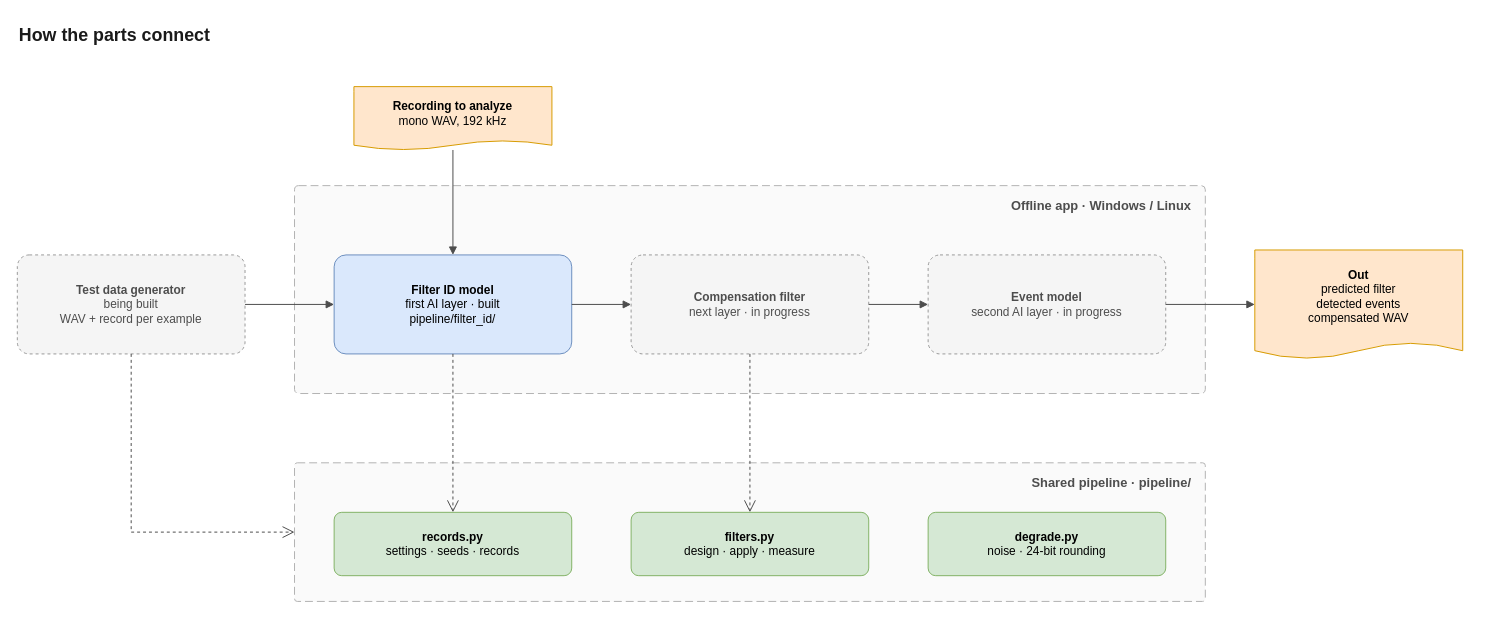
The draw.io diagram page "2 · How the parts connect" (2 of 5) of docs/code-map/filter-id-code-map.drawio in Dialovos/fpga-audio-source-classifier, before the edit. Source tidied: cells renumbered, new cells numbered last; positions are measured from the earlier drawing's top-left corner, leaving out a move shared by most shapes. Both pictures are drawn from the tidied source at 99%, with x=0, y=0 at pixel (17, 17).
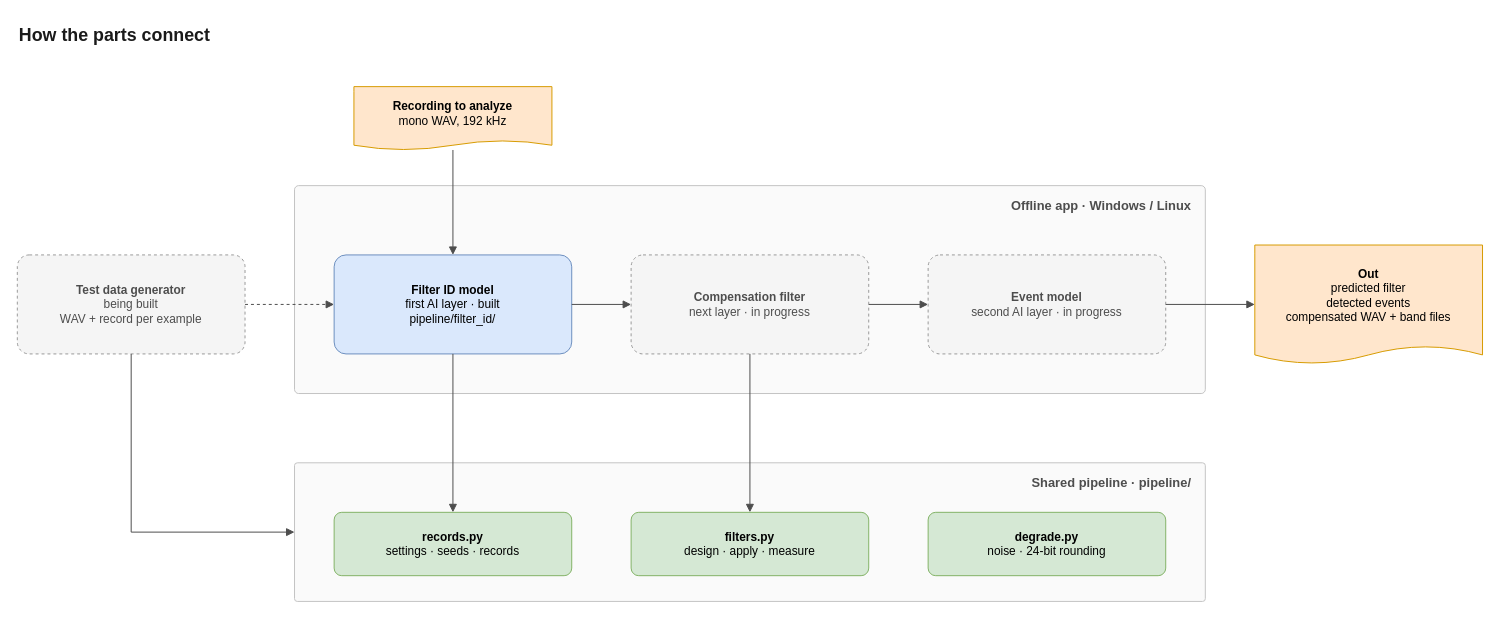
Above is the later version.

The change refers to these unchanged cells:
```xml
<mxCell id="5" value="&lt;b&gt;Recording to analyze&lt;/b&gt;&lt;br&gt;mono WAV, 192 kHz" style="shape=document;size=0.15;boundedLbl=1;whiteSpace=wrap;html=1;fontSize=12;fillColor=#ffe6cc;strokeColor=#d79b00;" parent="1" vertex="1">
  <mxGeometry x="340" y="70" width="200" height="64" as="geometry" />
</mxCell>
<mxCell id="6" value="&lt;b&gt;Test data generator&lt;/b&gt;&lt;br&gt;being built&lt;br&gt;WAV + record per example" style="rounded=1;arcSize=12;whiteSpace=wrap;html=1;fontSize=12;fillColor=#f5f5f5;strokeColor=#999999;dashed=1;fontColor=#4d4d4d;" parent="1" vertex="1">
  <mxGeometry y="240" width="230" height="100" as="geometry" />
</mxCell>
<mxCell id="7" value="&lt;b&gt;Filter ID model&lt;/b&gt;&lt;br&gt;first AI layer  ·  built&lt;br&gt;pipeline/filter_id/" style="rounded=1;arcSize=12;whiteSpace=wrap;html=1;fontSize=12;fillColor=#dae8fc;strokeColor=#6c8ebf;" parent="1" vertex="1">
  <mxGeometry x="320" y="240" width="240" height="100" as="geometry" />
</mxCell>
<mxCell id="8" value="&lt;b&gt;Compensation filter&lt;/b&gt;&lt;br&gt;next layer  ·  in progress" style="rounded=1;arcSize=12;whiteSpace=wrap;html=1;fontSize=12;fillColor=#f5f5f5;strokeColor=#999999;dashed=1;fontColor=#4d4d4d;" parent="1" vertex="1">
  <mxGeometry x="620" y="240" width="240" height="100" as="geometry" />
</mxCell>
<mxCell id="9" value="&lt;b&gt;Event model&lt;/b&gt;&lt;br&gt;second AI layer  ·  in progress" style="rounded=1;arcSize=12;whiteSpace=wrap;html=1;fontSize=12;fillColor=#f5f5f5;strokeColor=#999999;dashed=1;fontColor=#4d4d4d;" parent="1" vertex="1">
  <mxGeometry x="920" y="240" width="240" height="100" as="geometry" />
</mxCell>
<mxCell id="11" value="&lt;b&gt;records.py&lt;/b&gt;&lt;br&gt;settings · seeds · records" style="rounded=1;arcSize=12;whiteSpace=wrap;html=1;fontSize=12;fillColor=#d5e8d4;strokeColor=#82b366;" parent="1" vertex="1">
  <mxGeometry x="320" y="500" width="240" height="64" as="geometry" />
</mxCell>
<mxCell id="12" value="&lt;b&gt;filters.py&lt;/b&gt;&lt;br&gt;design · apply · measure" style="rounded=1;arcSize=12;whiteSpace=wrap;html=1;fontSize=12;fillColor=#d5e8d4;strokeColor=#82b366;" parent="1" vertex="1">
  <mxGeometry x="620" y="500" width="240" height="64" as="geometry" />
</mxCell>
```

The edit, as a diff of the source:
```diff
@@
-    <mxCell id="3" value="Offline app  ·  Windows / Linux" style="rounded=1;arcSize=2;whiteSpace=wrap;html=1;dashed=1;dashPattern=8 4;fillColor=#fafafa;strokeColor=#b3b3b3;verticalAlign=top;align=right;spacingRight=12;spacingTop=6;fontStyle=1;fontSize=13;fontColor=#4d4d4d;" parent="1" vertex="1">
+    <mxCell id="3" value="Offline app  ·  Windows / Linux" style="rounded=1;arcSize=2;whiteSpace=wrap;html=1;fillColor=#fafafa;strokeColor=#c4c4c4;verticalAlign=top;align=right;spacingRight=12;spacingTop=6;fontStyle=1;fontSize=13;fontColor=#4d4d4d;" parent="1" vertex="1">
       <mxGeometry x="280" y="170" width="920" height="210" as="geometry" />
     </mxCell>
-    <mxCell id="4" value="Shared pipeline  ·  pipeline/" style="rounded=1;arcSize=2;whiteSpace=wrap;html=1;dashed=1;dashPattern=8 4;fillColor=#fafafa;strokeColor=#b3b3b3;verticalAlign=top;align=right;spacingRight=12;spacingTop=6;fontStyle=1;fontSize=13;fontColor=#4d4d4d;" parent="1" vertex="1">
+    <mxCell id="4" value="Shared pipeline  ·  pipeline/" style="rounded=1;arcSize=2;whiteSpace=wrap;html=1;fillColor=#fafafa;strokeColor=#c4c4c4;verticalAlign=top;align=right;spacingRight=12;spacingTop=6;fontStyle=1;fontSize=13;fontColor=#4d4d4d;" parent="1" vertex="1">
       <mxGeometry x="280" y="450" width="920" height="140" as="geometry" />
     </mxCell>
@@
-    <mxCell id="10" value="&lt;b&gt;Out&lt;/b&gt;&lt;br&gt;predicted filter&lt;br&gt;detected events&lt;br&gt;compensated WAV" style="shape=document;size=0.15;boundedLbl=1;whiteSpace=wrap;html=1;fontSize=12;fillColor=#ffe6cc;strokeColor=#d79b00;" parent="1" vertex="1">
-      <mxGeometry x="1250" y="235" width="210" height="110" as="geometry" />
+    <mxCell id="10" value="&lt;b&gt;Out&lt;/b&gt;&lt;br&gt;predicted filter&lt;br&gt;detected events&lt;br&gt;compensated WAV + band files" style="shape=document;size=0.15;boundedLbl=1;whiteSpace=wrap;html=1;fontSize=12;fillColor=#ffe6cc;strokeColor=#d79b00;" parent="1" vertex="1">
+      <mxGeometry x="1250" y="230" width="230" height="120" as="geometry" />
     </mxCell>
@@
-    <mxCell id="14" style="edgeStyle=orthogonalEdgeStyle;rounded=0;jettySize=auto;html=1;strokeColor=#4d4d4d;fontSize=11;labelBackgroundColor=#ffffff;endArrow=block;endFill=1;exitX=0.5;exitY=1;exitDx=0;exitDy=0;entryX=0.5;entryY=0;entryDx=0;entryDy=0;" parent="1" edge="1" source="5" target="7">
+    <mxCell id="14" style="edgeStyle=orthogonalEdgeStyle;rounded=0;jettySize=auto;html=1;strokeColor=#4d4d4d;fontSize=11;labelBackgroundColor=none;fontStyle=1;endArrow=block;endFill=1;exitX=0.5;exitY=1;exitDx=0;exitDy=0;entryX=0.5;entryY=0;entryDx=0;entryDy=0;" parent="1" edge="1" source="5" target="7">
       <mxGeometry relative="1" as="geometry" />
     </mxCell>
-    <mxCell id="15" style="edgeStyle=orthogonalEdgeStyle;rounded=0;jettySize=auto;html=1;strokeColor=#4d4d4d;fontSize=11;labelBackgroundColor=#ffffff;endArrow=block;endFill=1;exitX=1;exitY=0.5;exitDx=0;exitDy=0;entryX=0;entryY=0.5;entryDx=0;entryDy=0;" parent="1" edge="1" source="6" target="7">
+    <mxCell id="15" style="edgeStyle=orthogonalEdgeStyle;rounded=0;jettySize=auto;html=1;strokeColor=#4d4d4d;fontSize=11;labelBackgroundColor=none;fontStyle=1;dashed=1;endArrow=block;endFill=1;exitX=1;exitY=0.5;exitDx=0;exitDy=0;entryX=0;entryY=0.5;entryDx=0;entryDy=0;" parent="1" edge="1" source="6" target="7">
       <mxGeometry relative="1" as="geometry" />
     </mxCell>
-    <mxCell id="16" style="edgeStyle=orthogonalEdgeStyle;rounded=0;jettySize=auto;html=1;strokeColor=#4d4d4d;fontSize=11;labelBackgroundColor=#ffffff;endArrow=block;endFill=1;exitX=1;exitY=0.5;exitDx=0;exitDy=0;entryX=0;entryY=0.5;entryDx=0;entryDy=0;" parent="1" edge="1" source="7" target="8">
+    <mxCell id="16" style="edgeStyle=orthogonalEdgeStyle;rounded=0;jettySize=auto;html=1;strokeColor=#4d4d4d;fontSize=11;labelBackgroundColor=none;fontStyle=1;endArrow=block;endFill=1;exitX=1;exitY=0.5;exitDx=0;exitDy=0;entryX=0;entryY=0.5;entryDx=0;entryDy=0;" parent="1" edge="1" source="7" target="8">
       <mxGeometry relative="1" as="geometry" />
     </mxCell>
-    <mxCell id="17" style="edgeStyle=orthogonalEdgeStyle;rounded=0;jettySize=auto;html=1;strokeColor=#4d4d4d;fontSize=11;labelBackgroundColor=#ffffff;endArrow=block;endFill=1;exitX=1;exitY=0.5;exitDx=0;exitDy=0;entryX=0;entryY=0.5;entryDx=0;entryDy=0;" parent="1" edge="1" source="8" target="9">
+    <mxCell id="17" style="edgeStyle=orthogonalEdgeStyle;rounded=0;jettySize=auto;html=1;strokeColor=#4d4d4d;fontSize=11;labelBackgroundColor=none;fontStyle=1;endArrow=block;endFill=1;exitX=1;exitY=0.5;exitDx=0;exitDy=0;entryX=0;entryY=0.5;entryDx=0;entryDy=0;" parent="1" edge="1" source="8" target="9">
       <mxGeometry relative="1" as="geometry" />
     </mxCell>
-    <mxCell id="18" style="edgeStyle=orthogonalEdgeStyle;rounded=0;jettySize=auto;html=1;strokeColor=#4d4d4d;fontSize=11;labelBackgroundColor=#ffffff;endArrow=block;endFill=1;exitX=1;exitY=0.5;exitDx=0;exitDy=0;entryX=0;entryY=0.5;entryDx=0;entryDy=0;" parent="1" edge="1" source="9" target="10">
+    <mxCell id="18" style="edgeStyle=orthogonalEdgeStyle;rounded=0;jettySize=auto;html=1;strokeColor=#4d4d4d;fontSize=11;labelBackgroundColor=none;fontStyle=1;endArrow=block;endFill=1;exitX=1;exitY=0.5;exitDx=0;exitDy=0;entryX=0;entryY=0.5;entryDx=0;entryDy=0;" parent="1" edge="1" source="9" target="10">
       <mxGeometry relative="1" as="geometry" />
     </mxCell>
-    <mxCell id="19" style="edgeStyle=orthogonalEdgeStyle;rounded=0;jettySize=auto;html=1;strokeColor=#4d4d4d;fontSize=11;labelBackgroundColor=#ffffff;dashed=1;endArrow=open;endFill=0;endSize=10;exitX=0.5;exitY=1;exitDx=0;exitDy=0;entryX=0;entryY=0.5;entryDx=0;entryDy=0;" parent="1" edge="1" source="6" target="4">
+    <mxCell id="19" style="edgeStyle=orthogonalEdgeStyle;rounded=0;jettySize=auto;html=1;strokeColor=#4d4d4d;fontSize=11;labelBackgroundColor=none;fontStyle=1;endArrow=block;endFill=1;exitX=0.5;exitY=1;exitDx=0;exitDy=0;entryX=0;entryY=0.5;entryDx=0;entryDy=0;" parent="1" edge="1" source="6" target="4">
       <mxGeometry relative="1" as="geometry" />
     </mxCell>
-    <mxCell id="20" style="edgeStyle=orthogonalEdgeStyle;rounded=0;jettySize=auto;html=1;strokeColor=#4d4d4d;fontSize=11;labelBackgroundColor=#ffffff;dashed=1;endArrow=open;endFill=0;endSize=10;exitX=0.5;exitY=1;exitDx=0;exitDy=0;entryX=0.5;entryY=0;entryDx=0;entryDy=0;" parent="1" edge="1" source="7" target="11">
+    <mxCell id="20" style="edgeStyle=orthogonalEdgeStyle;rounded=0;jettySize=auto;html=1;strokeColor=#4d4d4d;fontSize=11;labelBackgroundColor=none;fontStyle=1;endArrow=block;endFill=1;exitX=0.5;exitY=1;exitDx=0;exitDy=0;entryX=0.5;entryY=0;entryDx=0;entryDy=0;" parent="1" edge="1" source="7" target="11">
       <mxGeometry relative="1" as="geometry" />
     </mxCell>
-    <mxCell id="21" style="edgeStyle=orthogonalEdgeStyle;rounded=0;jettySize=auto;html=1;strokeColor=#4d4d4d;fontSize=11;labelBackgroundColor=#ffffff;dashed=1;endArrow=open;endFill=0;endSize=10;exitX=0.5;exitY=1;exitDx=0;exitDy=0;entryX=0.5;entryY=0;entryDx=0;entryDy=0;" parent="1" edge="1" source="8" target="12">
+    <mxCell id="21" style="edgeStyle=orthogonalEdgeStyle;rounded=0;jettySize=auto;html=1;strokeColor=#4d4d4d;fontSize=11;labelBackgroundColor=none;fontStyle=1;endArrow=block;endFill=1;exitX=0.5;exitY=1;exitDx=0;exitDy=0;entryX=0.5;entryY=0;entryDx=0;entryDy=0;" parent="1" edge="1" source="8" target="12">
       <mxGeometry relative="1" as="geometry" />
     </mxCell>
```
